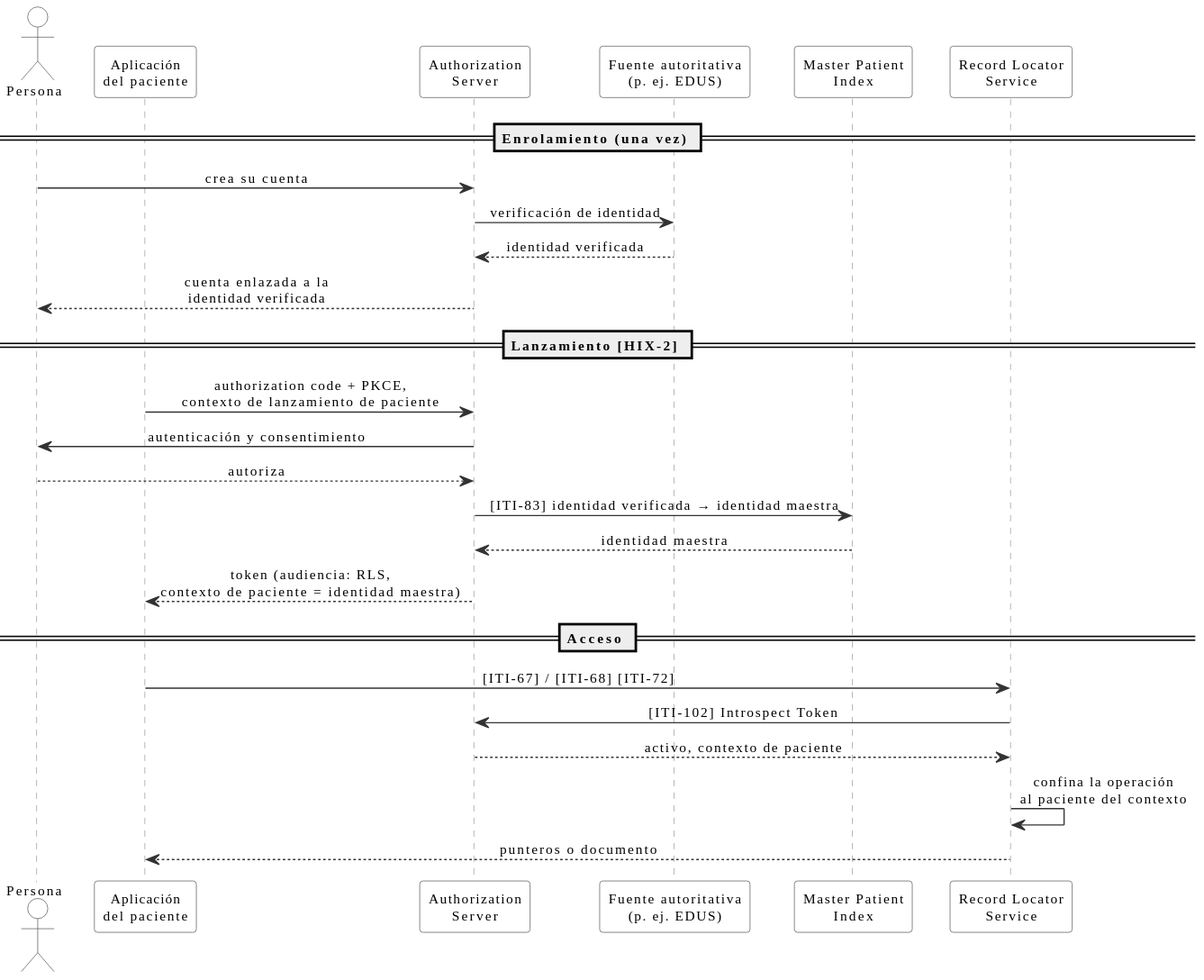
Above: input/images/hix-flujo-paciente.svg in meddyg/HIX (PlantUML), before the change.
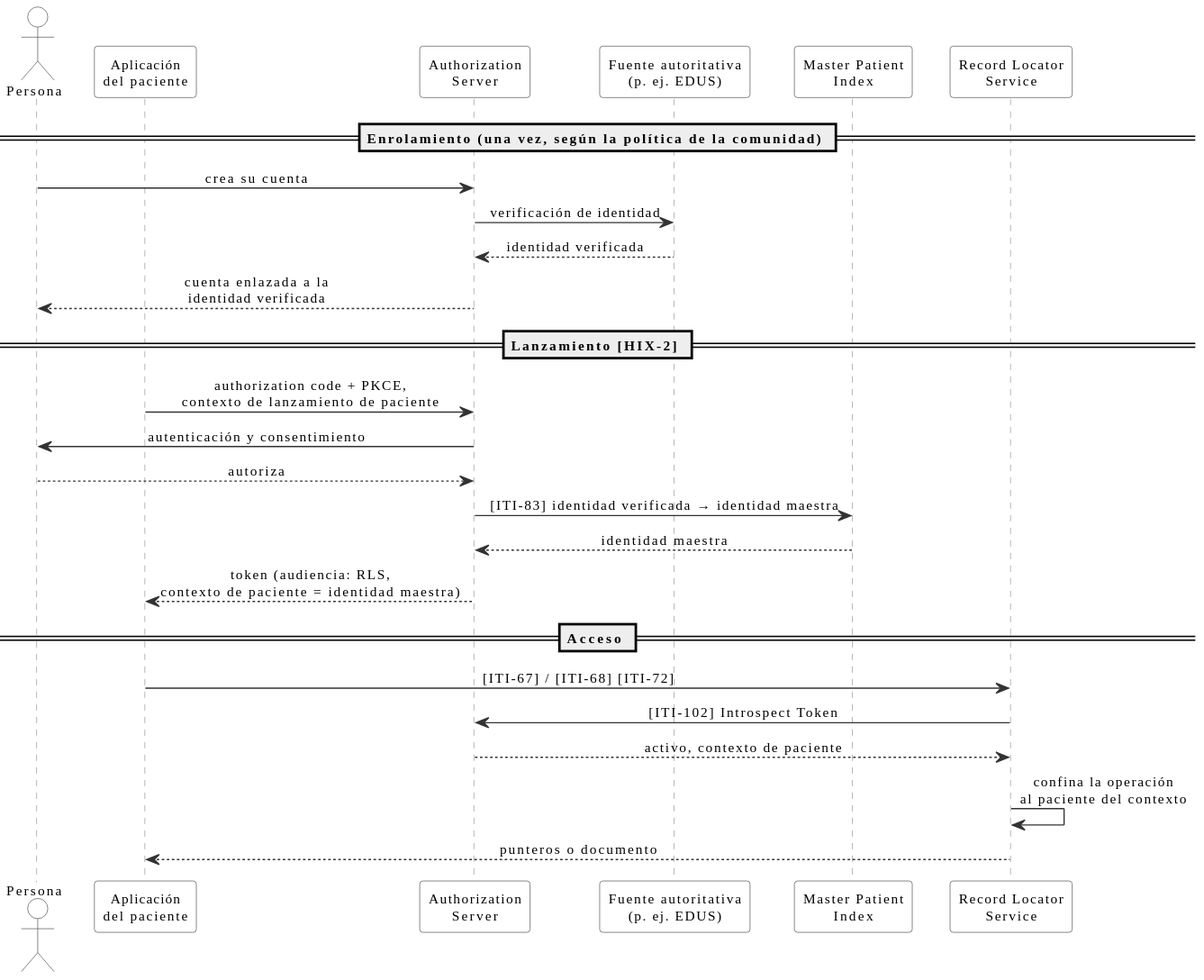
The same file after the commit.

Change to the diagram source:
```diff
@@ -21,7 +21,7 @@
 participant "Master Patient\nIndex" as PMIR
 participant "Record Locator\nService" as RLS
 
-== Enrolamiento (una vez) ==
+== Enrolamiento (una vez, según la política de la comunidad) ==
 P -> AS : crea su cuenta
 AS -> SRC : verificación de identidad
 SRC --> AS : identidad verificada
```
